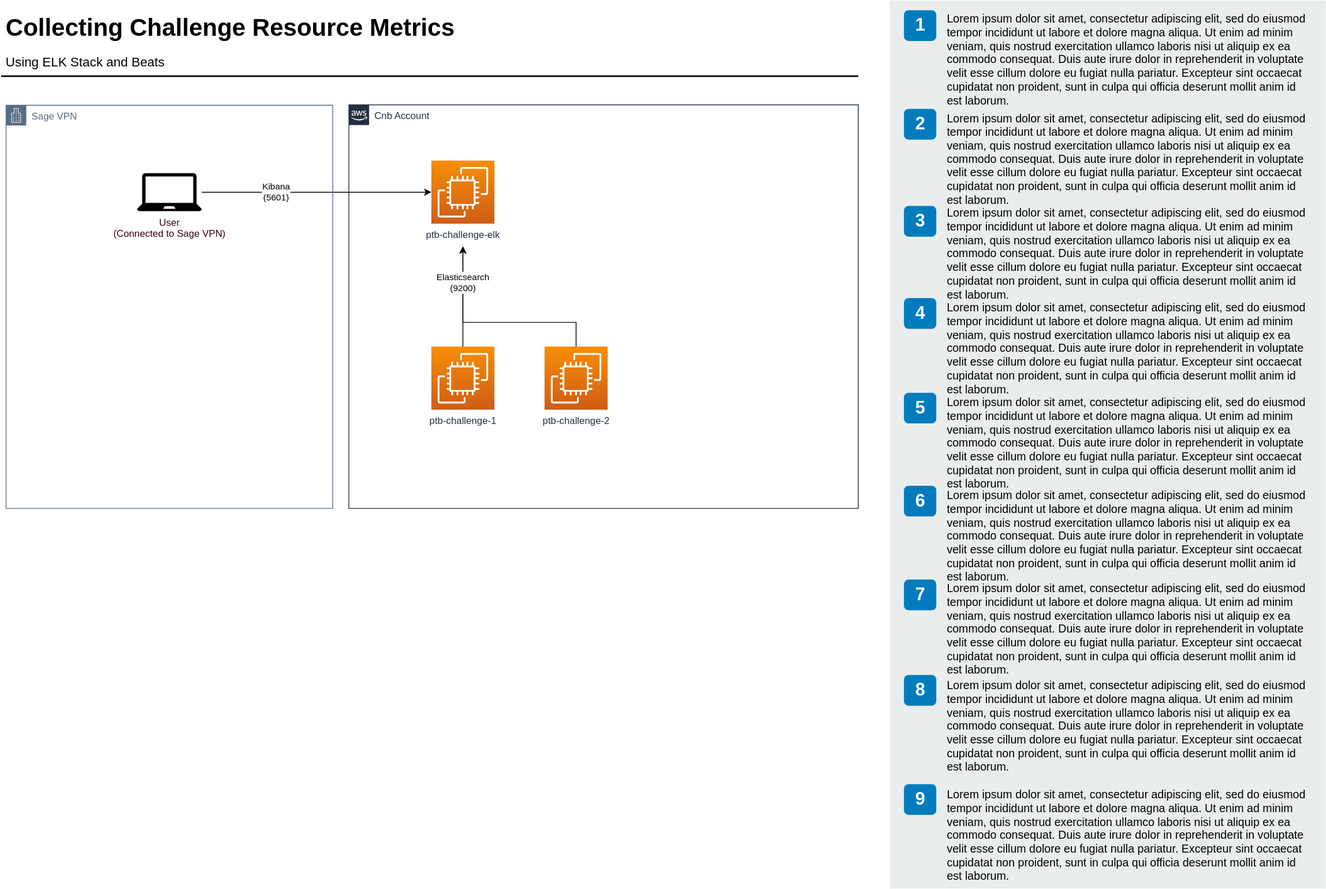
The draw.io diagram docs/drawio/diagrams/collect-challenge-resource-metrics.drawio.svg in Sage-Bionetworks/sage-monorepo, before a commit. Source tidied: cells renumbered, new cells last; positions are measured from the earlier drawing's top-left corner, leaving out a move shared by most shapes.
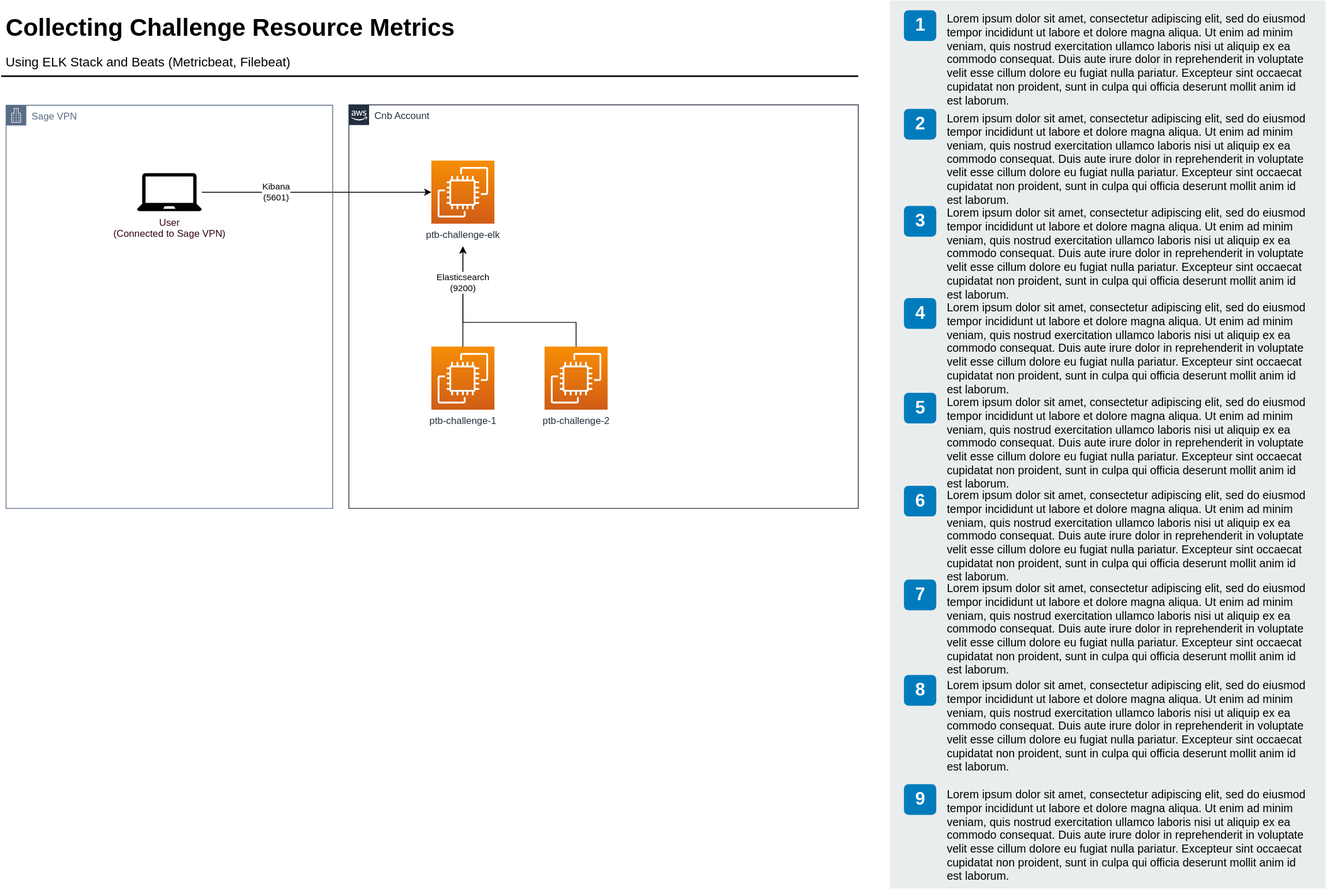
The same file after the commit.

The edit, as a diff of the source:
```diff
@@ -33,8 +33,8 @@
     <mxCell id="9" value="Collecting Challenge Resource Metrics" style="text;html=1;align=left;verticalAlign=top;spacingTop=-4;fontSize=30;fontStyle=1;" parent="1" vertex="1">
       <mxGeometry x="4" y="13.5" width="580" height="40" as="geometry" />
     </mxCell>
-    <mxCell id="10" value="Using ELK Stack and Beats" style="text;html=1;align=left;verticalAlign=top;spacingTop=-4;fontSize=16;" parent="1" vertex="1">
-      <mxGeometry x="4" y="63.5" width="220" height="30" as="geometry" />
+    <mxCell id="10" value="Using ELK Stack and Beats (Metricbeat, Filebeat)" style="text;html=1;align=left;verticalAlign=top;spacingTop=-4;fontSize=16;" parent="1" vertex="1">
+      <mxGeometry x="4" y="63.5" width="380" height="30" as="geometry" />
     </mxCell>
     <mxCell id="11" style="line;strokeWidth=2;html=1;fontSize=14;" parent="1" vertex="1">
       <mxGeometry y="88.5" width="1060" height="10" as="geometry" />
```
